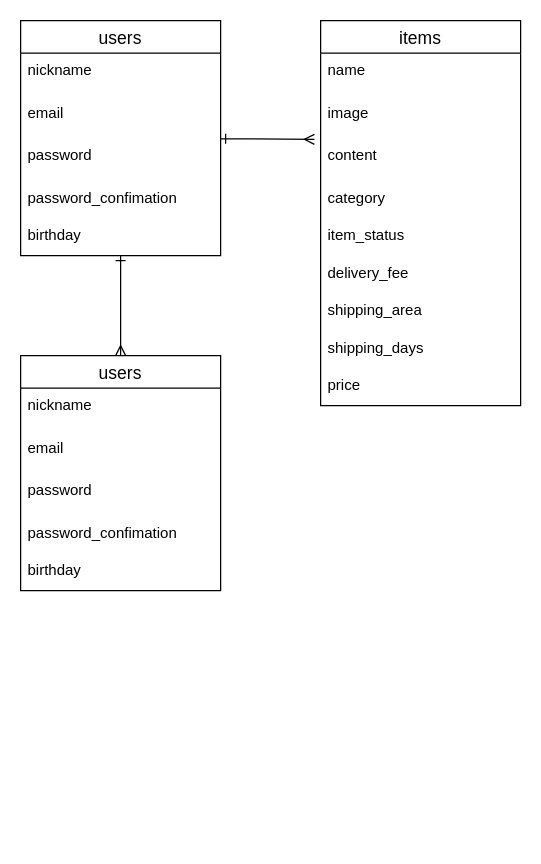
The draw.io diagram test.dio in Yurika-1016/furima-33991, before the edit. Source tidied: cells renumbered, new cells numbered last; positions are measured from the earlier drawing's top-left corner, leaving out a move shared by most shapes. Both pictures are drawn from the tidied source at 125%, with x=0, y=0 at pixel (20, 20).
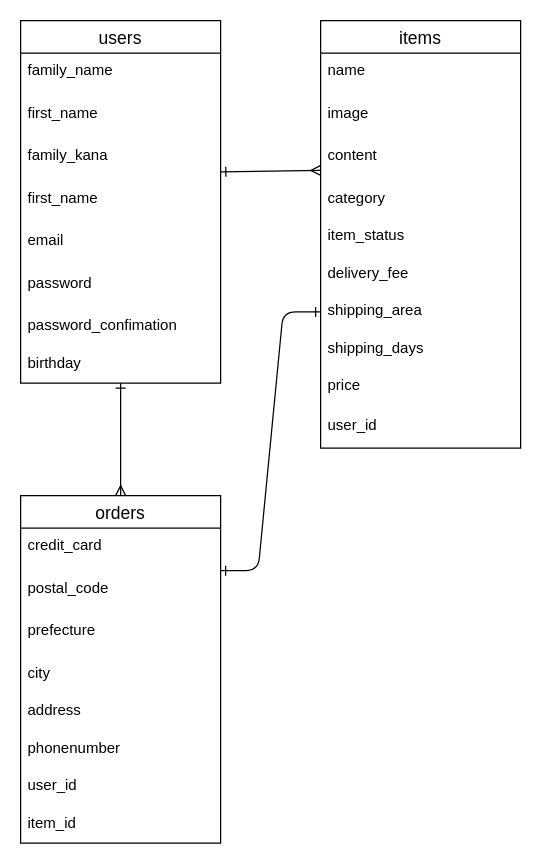
The same page after the edit.

Unchanged cells that the change refers to:
```xml
<mxCell id="13" value="content" style="text;strokeColor=none;fillColor=none;spacingLeft=4;spacingRight=4;overflow=hidden;points=[[0,0.5],[1,0.5]];portConstraint=eastwest;fontSize=12;" parent="10" vertex="1">
  <mxGeometry y="94" width="160" height="34" as="geometry" />
</mxCell>
<mxCell id="17" value="shipping_area" style="text;strokeColor=none;fillColor=none;spacingLeft=4;spacingRight=4;overflow=hidden;points=[[0,0.5],[1,0.5]];portConstraint=eastwest;fontSize=12;" parent="10" vertex="1">
  <mxGeometry y="218" width="160" height="30" as="geometry" />
</mxCell>
```

Change to the diagram source:
```diff
@@
-    <mxCell id="2" style="rounded=0;jettySize=auto;html=1;startArrow=ERone;startFill=0;endArrow=ERmany;endFill=0;entryX=-0.031;entryY=0.029;entryDx=0;entryDy=0;entryPerimeter=0;" parent="1" edge="1" source="4" target="13">
+    <mxCell id="2" style="rounded=0;jettySize=auto;html=1;startArrow=ERone;startFill=0;endArrow=ERmany;endFill=0;entryX=0.001;entryY=0.759;entryDx=0;entryDy=0;entryPerimeter=0;exitX=1.001;exitY=0.794;exitDx=0;exitDy=0;exitPerimeter=0;" parent="1" edge="1" source="28" target="13">
       <mxGeometry relative="1" as="geometry" />
     </mxCell>
@@
     <mxCell id="4" value="users" style="swimlane;fontStyle=0;horizontal=1;startSize=26;align=center;fontSize=14;" parent="1" vertex="1">
-      <mxGeometry width="160" height="188" as="geometry" />
+      <mxGeometry width="160" height="290" as="geometry" />
     </mxCell>
+    <mxCell id="26" value="family_name" style="text;strokeColor=none;fillColor=none;spacingLeft=4;spacingRight=4;overflow=hidden;fontSize=12;" parent="4" vertex="1">
+      <mxGeometry y="26" width="160" height="34" as="geometry" />
+    </mxCell>
+    <mxCell id="27" value="first_name" style="text;strokeColor=none;fillColor=none;spacingLeft=4;spacingRight=4;overflow=hidden;fontSize=12;" parent="4" vertex="1">
+      <mxGeometry y="60" width="160" height="34" as="geometry" />
+    </mxCell>
+    <mxCell id="28" value="family_kana" style="text;strokeColor=none;fillColor=none;spacingLeft=4;spacingRight=4;overflow=hidden;points=[[0,0.5],[1,0.5]];portConstraint=eastwest;fontSize=12;" parent="4" vertex="1">
+      <mxGeometry y="94" width="160" height="34" as="geometry" />
+    </mxCell>
-    <mxCell id="5" value="nickname" style="text;strokeColor=none;fillColor=none;spacingLeft=4;spacingRight=4;overflow=hidden;fontSize=12;" parent="4" vertex="1">
-      <mxGeometry y="26" width="160" height="34" as="geometry" />
+    <mxCell id="5" value="first_name" style="text;strokeColor=none;fillColor=none;spacingLeft=4;spacingRight=4;overflow=hidden;fontSize=12;" parent="4" vertex="1">
+      <mxGeometry y="128" width="160" height="34" as="geometry" />
     </mxCell>
     <mxCell id="6" value="email" style="text;strokeColor=none;fillColor=none;spacingLeft=4;spacingRight=4;overflow=hidden;fontSize=12;" parent="4" vertex="1">
-      <mxGeometry y="60" width="160" height="34" as="geometry" />
+      <mxGeometry y="162" width="160" height="34" as="geometry" />
     </mxCell>
     <mxCell id="7" value="password" style="text;strokeColor=none;fillColor=none;spacingLeft=4;spacingRight=4;overflow=hidden;fontSize=12;" parent="4" vertex="1">
-      <mxGeometry y="94" width="160" height="34" as="geometry" />
+      <mxGeometry y="196" width="160" height="34" as="geometry" />
     </mxCell>
     <mxCell id="8" value="password_confimation" style="text;strokeColor=none;fillColor=none;spacingLeft=4;spacingRight=4;overflow=hidden;fontSize=12;" parent="4" vertex="1">
-      <mxGeometry y="128" width="160" height="30" as="geometry" />
+      <mxGeometry y="230" width="160" height="30" as="geometry" />
     </mxCell>
     <mxCell id="9" value="birthday" style="text;strokeColor=none;fillColor=none;spacingLeft=4;spacingRight=4;overflow=hidden;fontSize=12;" parent="4" vertex="1">
-      <mxGeometry y="158" width="160" height="30" as="geometry" />
+      <mxGeometry y="260" width="160" height="30" as="geometry" />
     </mxCell>
     <mxCell id="10" value="items" style="swimlane;fontStyle=0;horizontal=1;startSize=26;align=center;fontSize=14;" parent="1" vertex="1">
-      <mxGeometry x="240" width="160" height="308" as="geometry" />
+      <mxGeometry x="240" width="160" height="342" as="geometry" />
     </mxCell>
@@
     <mxCell id="19" value="price" style="text;fillColor=none;spacingLeft=4;spacingRight=4;overflow=hidden;fontSize=12;" parent="10" vertex="1">
-      <mxGeometry y="278" width="160" height="30" as="geometry" />
+      <mxGeometry y="278" width="160" height="32" as="geometry" />
     </mxCell>
+    <mxCell id="29" value="user_id" style="text;fillColor=none;spacingLeft=4;spacingRight=4;overflow=hidden;fontSize=12;" parent="10" vertex="1">
+      <mxGeometry y="310" width="160" height="32" as="geometry" />
+    </mxCell>
-    <mxCell id="20" value="users" style="swimlane;fontStyle=0;horizontal=1;startSize=26;align=center;fontSize=14;" parent="1" vertex="1">
-      <mxGeometry y="268" width="160" height="188" as="geometry" />
+    <mxCell id="20" value="orders" style="swimlane;fontStyle=0;horizontal=1;startSize=26;align=center;fontSize=14;" parent="1" vertex="1">
+      <mxGeometry y="380" width="160" height="278" as="geometry" />
     </mxCell>
-    <mxCell id="21" value="nickname" style="text;strokeColor=none;fillColor=none;spacingLeft=4;spacingRight=4;overflow=hidden;fontSize=12;" parent="20" vertex="1">
+    <mxCell id="21" value="credit_card" style="text;strokeColor=none;fillColor=none;spacingLeft=4;spacingRight=4;overflow=hidden;fontSize=12;" parent="20" vertex="1">
       <mxGeometry y="26" width="160" height="34" as="geometry" />
     </mxCell>
-    <mxCell id="22" value="email" style="text;strokeColor=none;fillColor=none;spacingLeft=4;spacingRight=4;overflow=hidden;fontSize=12;" parent="20" vertex="1">
+    <mxCell id="22" value="postal_code" style="text;strokeColor=none;fillColor=none;spacingLeft=4;spacingRight=4;overflow=hidden;fontSize=12;" parent="20" vertex="1">
       <mxGeometry y="60" width="160" height="34" as="geometry" />
     </mxCell>
-    <mxCell id="23" value="password" style="text;strokeColor=none;fillColor=none;spacingLeft=4;spacingRight=4;overflow=hidden;fontSize=12;" parent="20" vertex="1">
+    <mxCell id="23" value="prefecture" style="text;strokeColor=none;fillColor=none;spacingLeft=4;spacingRight=4;overflow=hidden;fontSize=12;" parent="20" vertex="1">
       <mxGeometry y="94" width="160" height="34" as="geometry" />
     </mxCell>
-    <mxCell id="24" value="password_confimation" style="text;strokeColor=none;fillColor=none;spacingLeft=4;spacingRight=4;overflow=hidden;fontSize=12;" parent="20" vertex="1">
+    <mxCell id="24" value="city" style="text;strokeColor=none;fillColor=none;spacingLeft=4;spacingRight=4;overflow=hidden;fontSize=12;" parent="20" vertex="1">
       <mxGeometry y="128" width="160" height="30" as="geometry" />
     </mxCell>
-    <mxCell id="25" value="birthday" style="text;strokeColor=none;fillColor=none;spacingLeft=4;spacingRight=4;overflow=hidden;fontSize=12;" parent="20" vertex="1">
+    <mxCell id="25" value="address" style="text;strokeColor=none;fillColor=none;spacingLeft=4;spacingRight=4;overflow=hidden;fontSize=12;" parent="20" vertex="1">
       <mxGeometry y="158" width="160" height="30" as="geometry" />
     </mxCell>
+    <mxCell id="30" value="phonenumber" style="text;strokeColor=none;fillColor=none;spacingLeft=4;spacingRight=4;overflow=hidden;fontSize=12;" parent="20" vertex="1">
+      <mxGeometry y="188" width="160" height="30" as="geometry" />
+    </mxCell>
+    <mxCell id="31" value="user_id" style="text;strokeColor=none;fillColor=none;spacingLeft=4;spacingRight=4;overflow=hidden;fontSize=12;" parent="20" vertex="1">
+      <mxGeometry y="218" width="160" height="30" as="geometry" />
+    </mxCell>
+    <mxCell id="32" value="item_id" style="text;strokeColor=none;fillColor=none;spacingLeft=4;spacingRight=4;overflow=hidden;fontSize=12;" parent="20" vertex="1">
+      <mxGeometry y="248" width="160" height="30" as="geometry" />
+    </mxCell>
+    <mxCell id="33" style="edgeStyle=entityRelationEdgeStyle;fontSize=12;html=1;endArrow=ERone;startArrow=ERone;startFill=0;endFill=0;" parent="1" edge="1" target="17">
+      <mxGeometry relative="1" as="geometry">
+        <mxPoint x="160" y="440" as="sourcePoint" />
+      </mxGeometry>
+    </mxCell>
```
